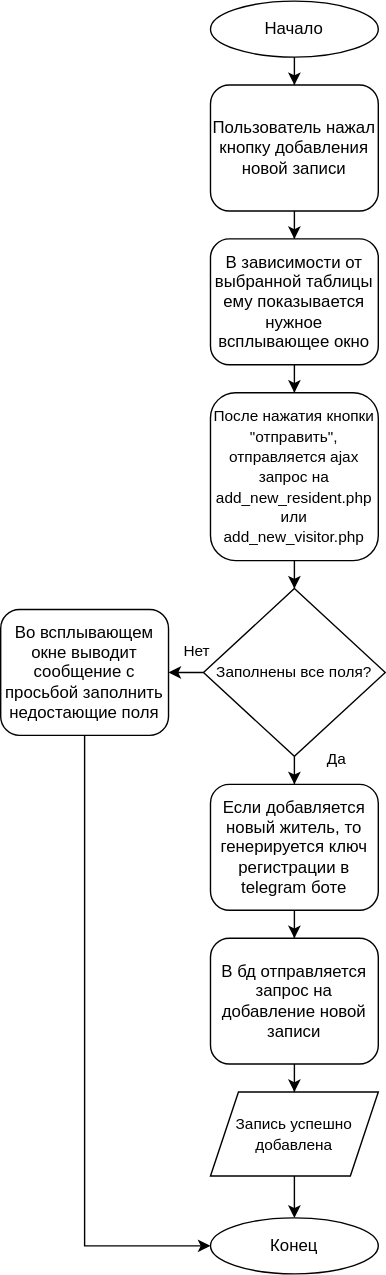
Earlier version of the draw.io export images/schemes-add_buttons.svg (Sneyk01/coursework_2022). Source tidied: cells renumbered, new cells last; positions are measured from the earlier drawing's top-left corner, leaving out a move shared by most shapes.
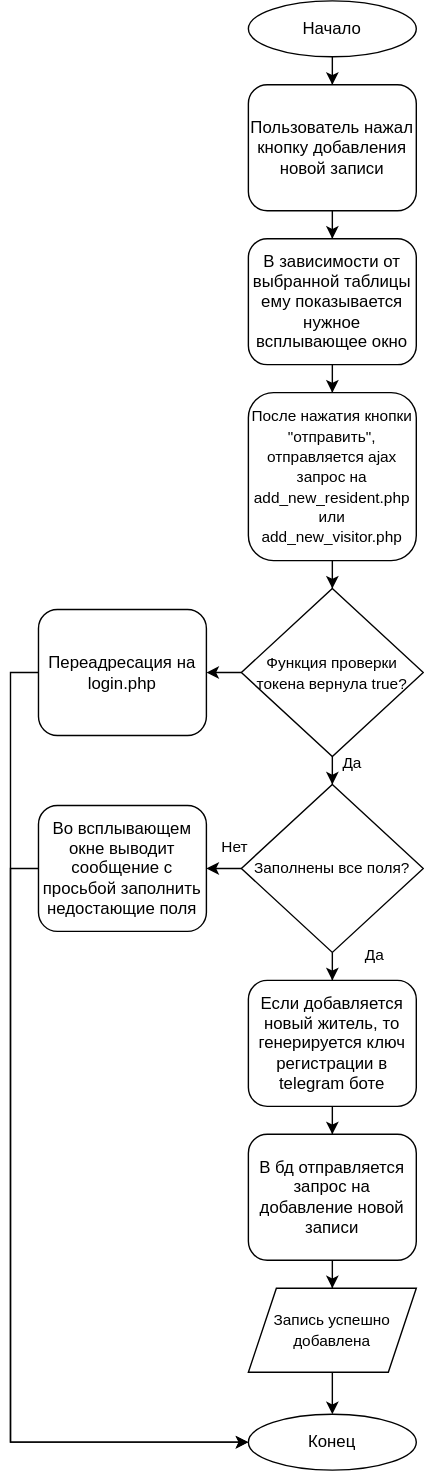
The same file after the commit.

Commit message:
update scheme add buttons

What changed in the source:
```diff
@@ -4,11 +4,11 @@
     <mxCell id="1" parent="0" />
     <mxCell id="2" style="edgeStyle=orthogonalEdgeStyle;rounded=0;jettySize=auto;html=1;fontSize=10;" parent="1" edge="1" source="3">
       <mxGeometry relative="1" as="geometry">
-        <mxPoint x="210" y="60" as="targetPoint" />
+        <mxPoint x="210" y="-80" as="targetPoint" />
       </mxGeometry>
     </mxCell>
     <mxCell id="3" value="Начало" style="ellipse;whiteSpace=wrap;html=1;fontSize=12;" parent="1" vertex="1">
-      <mxGeometry x="150" width="120" height="40" as="geometry" />
+      <mxGeometry x="150" y="-140" width="120" height="40" as="geometry" />
     </mxCell>
     <mxCell id="4" style="edgeStyle=orthogonalEdgeStyle;rounded=0;jettySize=auto;html=1;fontSize=11;" parent="1" edge="1" source="6" target="16">
       <mxGeometry relative="1" as="geometry" />
@@ -23,24 +23,25 @@
       <mxGeometry relative="1" as="geometry" />
     </mxCell>
     <mxCell id="8" value="Пользователь нажал кнопку добавления новой записи" style="rounded=1;whiteSpace=wrap;html=1;fontSize=12;glass=0;strokeWidth=1;shadow=0;" parent="1" vertex="1">
-      <mxGeometry x="150" y="60" width="120" height="90" as="geometry" />
+      <mxGeometry x="150" y="-80" width="120" height="90" as="geometry" />
     </mxCell>
     <mxCell id="9" style="edgeStyle=orthogonalEdgeStyle;rounded=0;jettySize=auto;html=1;fontSize=11;" parent="1" edge="1" source="10" target="12">
       <mxGeometry relative="1" as="geometry" />
     </mxCell>
     <mxCell id="10" value="В зависимости от выбранной таблицы ему показывается нужное всплывающее окно" style="rounded=1;whiteSpace=wrap;html=1;fontSize=12;glass=0;strokeWidth=1;shadow=0;" parent="1" vertex="1">
-      <mxGeometry x="150" y="170" width="120" height="90" as="geometry" />
+      <mxGeometry x="150" y="30" width="120" height="90" as="geometry" />
     </mxCell>
-    <mxCell id="11" style="edgeStyle=orthogonalEdgeStyle;rounded=0;jettySize=auto;html=1;fontSize=11;" parent="1" edge="1" source="12" target="6">
-      <mxGeometry relative="1" as="geometry" />
-    </mxCell>
+    <mxCell id="24" style="edgeStyle=orthogonalEdgeStyle;rounded=0;jettySize=auto;html=1;fontSize=11;" parent="1" edge="1" source="12" target="27">
+      <mxGeometry relative="1" as="geometry" />
+    </mxCell>
     <mxCell id="12" value="&lt;font style=&quot;font-size: 11px;&quot;&gt;После нажатия кнопки &quot;отправить&quot;, отправляется ajax запрос на add_new_resident.php или add_new_visitor.php&lt;/font&gt;" style="rounded=1;whiteSpace=wrap;html=1;fontSize=12;glass=0;strokeWidth=1;shadow=0;" parent="1" vertex="1">
-      <mxGeometry x="150" y="280" width="120" height="120" as="geometry" />
+      <mxGeometry x="150" y="140" width="120" height="120" as="geometry" />
     </mxCell>
     <mxCell id="13" style="edgeStyle=orthogonalEdgeStyle;rounded=0;jettySize=auto;html=1;entryX=0;entryY=0.5;entryDx=0;entryDy=0;fontSize=11;" parent="1" edge="1" source="14" target="21">
       <mxGeometry relative="1" as="geometry">
         <Array as="points">
-          <mxPoint x="60" y="890" />
+          <mxPoint x="-20" y="480" />
+          <mxPoint x="-20" y="890" />
         </Array>
       </mxGeometry>
     </mxCell>
@@ -74,5 +75,28 @@
     <mxCell id="23" value="Нет" style="text;html=1;align=center;verticalAlign=middle;strokeColor=none;fillColor=none;fontSize=11;" parent="1" vertex="1">
       <mxGeometry x="120" y="450" width="40" height="30" as="geometry" />
     </mxCell>
+    <mxCell id="25" style="edgeStyle=orthogonalEdgeStyle;rounded=0;jettySize=auto;html=1;fontSize=11;" parent="1" edge="1" source="27" target="6">
+      <mxGeometry relative="1" as="geometry" />
+    </mxCell>
+    <mxCell id="26" style="edgeStyle=orthogonalEdgeStyle;rounded=0;jettySize=auto;html=1;fontSize=11;" parent="1" edge="1" source="27" target="30">
+      <mxGeometry relative="1" as="geometry" />
+    </mxCell>
+    <mxCell id="27" value="&lt;span style=&quot;font-size: 11px;&quot;&gt;Функция проверки токена вернула true?&lt;/span&gt;" style="rhombus;whiteSpace=wrap;html=1;" parent="1" vertex="1">
+      <mxGeometry x="145" y="280" width="130" height="120" as="geometry" />
+    </mxCell>
+    <mxCell id="28" value="Да" style="text;html=1;align=center;verticalAlign=middle;strokeColor=none;fillColor=none;fontSize=11;" parent="1" vertex="1">
+      <mxGeometry x="204" y="390" width="40" height="30" as="geometry" />
+    </mxCell>
+    <mxCell id="29" style="edgeStyle=orthogonalEdgeStyle;rounded=0;jettySize=auto;html=1;entryX=0;entryY=0.5;entryDx=0;entryDy=0;fontSize=11;" parent="1" edge="1" source="30" target="21">
+      <mxGeometry relative="1" as="geometry">
+        <Array as="points">
+          <mxPoint x="-20" y="340" />
+          <mxPoint x="-20" y="890" />
+        </Array>
+      </mxGeometry>
+    </mxCell>
+    <mxCell id="30" value="Переадресация на login.php" style="rounded=1;whiteSpace=wrap;html=1;fontSize=12;glass=0;strokeWidth=1;shadow=0;" parent="1" vertex="1">
+      <mxGeometry y="295" width="120" height="90" as="geometry" />
+    </mxCell>
   </root>
 </mxGraphModel>
```
